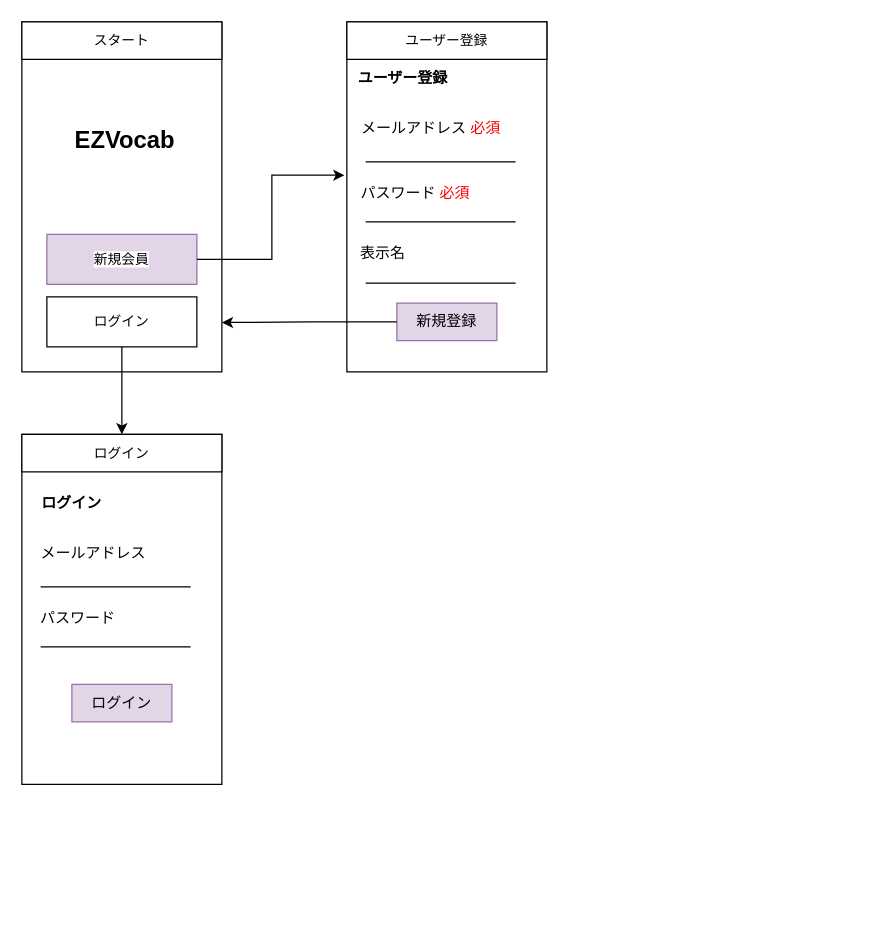
Earlier version of the draw.io diagram docs/design/page_transition.drawio (HamadaStudy/EZVocab). Source tidied: cells renumbered, new cells numbered last; positions are measured from the earlier drawing's top-left corner, leaving out a move shared by most shapes. Both pictures are drawn from the tidied source at 125%, with x=0, y=0 at pixel (21, 21). Pictures stored in the file or linked from it are replaced by grey dashed boxes.
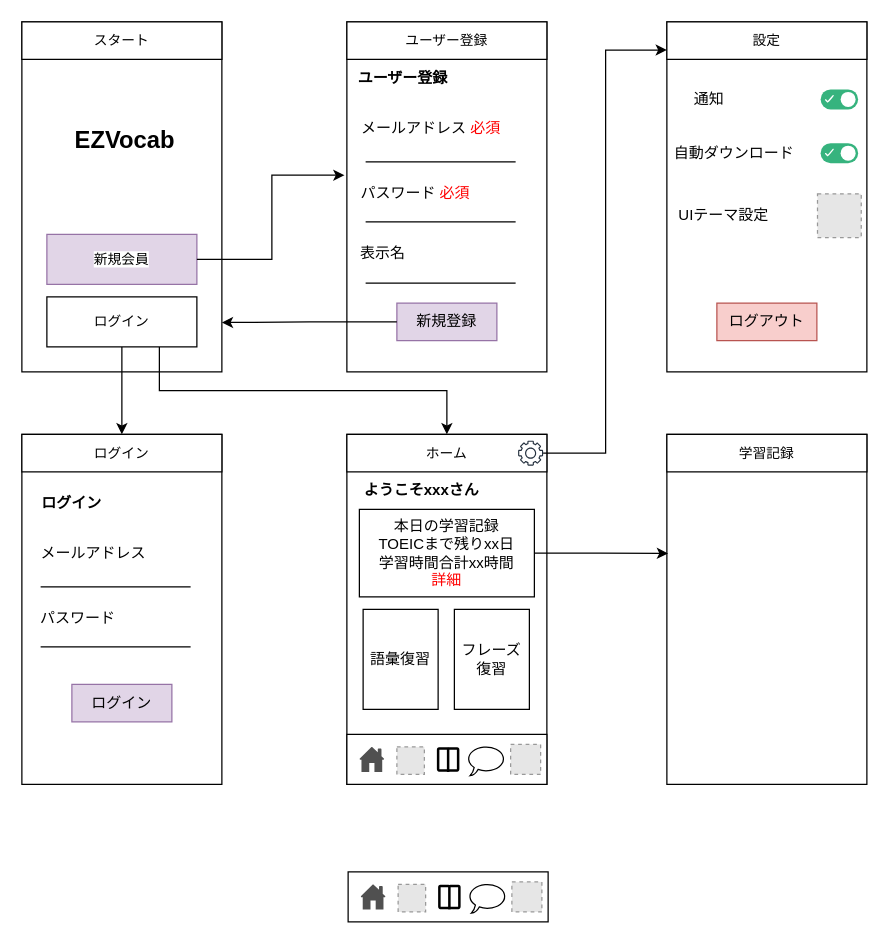
The same page after the edit.

Commit message:
page_transition.drawio を更新します

Unchanged cells that the change refers to:
```xml
<mxCell id="8" value="ログイン" style="rounded=0;whiteSpace=wrap;html=1;fontFamily=Helvetica;fontSize=11;fontColor=default;labelBackgroundColor=default;" parent="1" vertex="1">
  <mxGeometry x="20" y="220" width="120" height="40" as="geometry" />
</mxCell>
```

Diff of the diagram source:
```diff
@@
+    <mxCell id="28" style="edgeStyle=orthogonalEdgeStyle;rounded=0;jettySize=auto;html=1;exitX=0.75;exitY=1;exitDx=0;exitDy=0;entryX=0.5;entryY=0;entryDx=0;entryDy=0;" parent="1" edge="1" source="8" target="33">
+      <mxGeometry relative="1" as="geometry" />
+    </mxCell>
@@
+    <mxCell id="29" style="whiteSpace=wrap;html=1;rounded=0;" parent="1" vertex="1">
+      <mxGeometry x="516" width="160" height="280" as="geometry" />
+    </mxCell>
+    <mxCell id="30" value="設定" style="rounded=0;whiteSpace=wrap;html=1;fontFamily=Helvetica;fontSize=11;fontColor=default;labelBackgroundColor=default;" parent="1" vertex="1">
+      <mxGeometry x="516" width="160" height="30" as="geometry" />
+    </mxCell>
+    <mxCell id="31" value="ログアウト" style="whiteSpace=wrap;html=1;fillColor=#f8cecc;strokeColor=#b85450;" parent="1" vertex="1">
+      <mxGeometry x="556" y="225" width="80" height="30" as="geometry" />
+    </mxCell>
+    <mxCell id="32" style="whiteSpace=wrap;html=1;rounded=0;" parent="1" vertex="1">
+      <mxGeometry x="260" y="330" width="160" height="280" as="geometry" />
+    </mxCell>
+    <mxCell id="33" value="ホーム" style="rounded=0;whiteSpace=wrap;html=1;fontFamily=Helvetica;fontSize=11;fontColor=default;labelBackgroundColor=default;" parent="1" vertex="1">
+      <mxGeometry x="260" y="330" width="160" height="30" as="geometry" />
+    </mxCell>
+    <mxCell id="34" value="&lt;b&gt;ようこそxxxさん&lt;/b&gt;" style="text;strokeColor=none;align=center;fillColor=none;html=1;verticalAlign=middle;whiteSpace=wrap;rounded=0;" parent="1" vertex="1">
+      <mxGeometry x="260" y="360" width="120" height="30" as="geometry" />
+    </mxCell>
+    <mxCell id="35" style="sketch=0;outlineConnect=0;fontColor=#232F3E;gradientColor=none;fillColor=#232F3D;strokeColor=none;dashed=0;verticalLabelPosition=bottom;verticalAlign=top;align=center;html=1;fontSize=12;fontStyle=0;shape=mxgraph.aws4.gear;" parent="1" vertex="1">
+      <mxGeometry x="397" y="335" width="20" height="20" as="geometry" />
+    </mxCell>
+    <mxCell id="36" style="endArrow=classic;html=1;rounded=0;entryX=0;entryY=0.75;entryDx=0;entryDy=0;edgeStyle=elbowEdgeStyle;" parent="1" edge="1" source="35" target="30">
+      <mxGeometry relative="1" as="geometry" />
+    </mxCell>
+    <mxCell id="37" style="fillColor=#36B37E;strokeColor=none;rounded=1;arcSize=50;sketch=0;hachureGap=4;fontFamily=Architects Daughter;fontSize=20;" parent="1" vertex="1">
+      <mxGeometry x="639" y="97" width="30" height="16" as="geometry" />
+    </mxCell>
+    <mxCell id="38" style="shape=ellipse;strokeColor=none;fillColor=#ffffff;sketch=0;hachureGap=4;fontFamily=Architects Daughter;fontSize=20;" parent="37" vertex="1">
+      <mxGeometry x="1" y="0.5" width="12" height="12" relative="1" as="geometry">
+        <mxPoint x="-14" y="-6" as="offset" />
+      </mxGeometry>
+    </mxCell>
+    <mxCell id="39" style="html=1;shadow=0;dashed=0;shape=mxgraph.atlassian.check;strokeColor=#ffffff;sketch=1;hachureGap=4;fontFamily=Architects Daughter;fontSize=20;" parent="37" vertex="1">
+      <mxGeometry y="0.5" width="6" height="5" relative="1" as="geometry">
+        <mxPoint x="4" y="-3" as="offset" />
+      </mxGeometry>
+    </mxCell>
+    <mxCell id="40" value="自動ダウンロード" style="text;strokeColor=none;align=center;fillColor=none;html=1;verticalAlign=middle;whiteSpace=wrap;rounded=0;" parent="1" vertex="1">
+      <mxGeometry x="520" y="90" width="100" height="30" as="geometry" />
+    </mxCell>
+    <mxCell id="41" value="通知" style="text;strokeColor=none;align=center;fillColor=none;html=1;verticalAlign=middle;whiteSpace=wrap;rounded=0;" parent="1" vertex="1">
+      <mxGeometry x="520" y="47" width="60" height="30" as="geometry" />
+    </mxCell>
+    <mxCell id="42" style="fillColor=#36B37E;strokeColor=none;rounded=1;arcSize=50;sketch=0;hachureGap=4;fontFamily=Architects Daughter;fontSize=20;" parent="1" vertex="1">
+      <mxGeometry x="639" y="54" width="30" height="16" as="geometry" />
+    </mxCell>
+    <mxCell id="43" style="shape=ellipse;strokeColor=none;fillColor=#ffffff;sketch=0;hachureGap=4;fontFamily=Architects Daughter;fontSize=20;" parent="42" vertex="1">
+      <mxGeometry x="1" y="0.5" width="12" height="12" relative="1" as="geometry">
+        <mxPoint x="-14" y="-6" as="offset" />
+      </mxGeometry>
+    </mxCell>
+    <mxCell id="44" style="html=1;shadow=0;dashed=0;shape=mxgraph.atlassian.check;strokeColor=#ffffff;sketch=1;hachureGap=4;fontFamily=Architects Daughter;fontSize=20;" parent="42" vertex="1">
+      <mxGeometry y="0.5" width="6" height="5" relative="1" as="geometry">
+        <mxPoint x="4" y="-3" as="offset" />
+      </mxGeometry>
+    </mxCell>
+    <mxCell id="45" value="&amp;nbsp;UIテーマ設定" style="text;strokeColor=none;align=center;fillColor=none;html=1;verticalAlign=middle;whiteSpace=wrap;rounded=0;" parent="1" vertex="1">
+      <mxGeometry x="520" y="140" width="80" height="30" as="geometry" />
+    </mxCell>
+    <mxCell id="46" style="fillColor=#E6E6E6;strokeColor=#999999;dashed=1;html=1;verticalAlign=top;verticalLabelPosition=bottom;labelBackgroundColor=#ffffff;" parent="1" vertex="1">
+      <mxGeometry x="636.5" y="137.5" width="35" height="35" as="geometry" />
+    </mxCell>
+    <mxCell id="47" value="本日の学習記録&lt;br&gt;TOEICまで残りxx日&lt;br&gt;学習時間合計xx時間&lt;br&gt;&lt;font style=&quot;color: rgb(255, 0, 0);&quot;&gt;詳細&lt;/font&gt;" style="whiteSpace=wrap;html=1;" parent="1" vertex="1">
+      <mxGeometry x="270" y="390" width="140" height="70" as="geometry" />
+    </mxCell>
+    <mxCell id="48" value="語彙復習" style="whiteSpace=wrap;html=1;" parent="1" vertex="1">
+      <mxGeometry x="273" y="470" width="60" height="80" as="geometry" />
+    </mxCell>
+    <mxCell id="49" value="フレーズ復習" style="whiteSpace=wrap;html=1;" parent="1" vertex="1">
+      <mxGeometry x="346" y="470" width="60" height="80" as="geometry" />
+    </mxCell>
+    <mxCell id="50" style="whiteSpace=wrap;html=1;" parent="1" vertex="1">
+      <mxGeometry x="260" y="570" width="160" height="40" as="geometry" />
+    </mxCell>
+    <mxCell id="51" style="sketch=0;shadow=0;dashed=0;html=1;strokeColor=none;fillColor=#505050;labelPosition=center;verticalLabelPosition=bottom;verticalAlign=top;align=center;shape=mxgraph.office.concepts.home;" parent="1" vertex="1">
+      <mxGeometry x="270" y="580" width="20" height="20" as="geometry" />
+    </mxCell>
+    <mxCell id="52" style="fillColor=#E6E6E6;strokeColor=#999999;dashed=1;html=1;verticalAlign=top;verticalLabelPosition=bottom;labelBackgroundColor=#ffffff;" parent="1" vertex="1">
+      <mxGeometry x="300" y="580" width="22" height="22" as="geometry" />
+    </mxCell>
+    <mxCell id="53" style="html=1;verticalLabelPosition=bottom;align=center;labelBackgroundColor=#ffffff;verticalAlign=top;strokeWidth=2;strokeColor=#000000;shadow=0;dashed=0;shape=mxgraph.ios7.icons.book;" parent="1" vertex="1">
+      <mxGeometry x="333" y="581.2" width="16" height="18.8" as="geometry" />
+    </mxCell>
+    <mxCell id="54" style="whiteSpace=wrap;html=1;shape=mxgraph.basic.oval_callout;" parent="1" vertex="1">
+      <mxGeometry x="356" y="579" width="31" height="24" as="geometry" />
+    </mxCell>
+    <mxCell id="55" style="fillColor=#E6E6E6;strokeColor=#999999;dashed=1;html=1;verticalAlign=top;verticalLabelPosition=bottom;labelBackgroundColor=#ffffff;" parent="1" vertex="1">
+      <mxGeometry x="391" y="578" width="24" height="24" as="geometry" />
+    </mxCell>
+    <mxCell id="56" style="whiteSpace=wrap;html=1;" parent="1" vertex="1">
+      <mxGeometry x="261" y="680" width="160" height="40" as="geometry" />
+    </mxCell>
+    <mxCell id="57" style="sketch=0;shadow=0;dashed=0;html=1;strokeColor=none;fillColor=#505050;labelPosition=center;verticalLabelPosition=bottom;verticalAlign=top;align=center;shape=mxgraph.office.concepts.home;" parent="1" vertex="1">
+      <mxGeometry x="271" y="690" width="20" height="20" as="geometry" />
+    </mxCell>
+    <mxCell id="58" style="fillColor=#E6E6E6;strokeColor=#999999;dashed=1;html=1;verticalAlign=top;verticalLabelPosition=bottom;labelBackgroundColor=#ffffff;" parent="1" vertex="1">
+      <mxGeometry x="301" y="690" width="22" height="22" as="geometry" />
+    </mxCell>
+    <mxCell id="59" style="html=1;verticalLabelPosition=bottom;align=center;labelBackgroundColor=#ffffff;verticalAlign=top;strokeWidth=2;strokeColor=#000000;shadow=0;dashed=0;shape=mxgraph.ios7.icons.book;" parent="1" vertex="1">
+      <mxGeometry x="334" y="691.2" width="16" height="18.8" as="geometry" />
+    </mxCell>
+    <mxCell id="60" style="whiteSpace=wrap;html=1;shape=mxgraph.basic.oval_callout;" parent="1" vertex="1">
+      <mxGeometry x="357" y="689" width="31" height="24" as="geometry" />
+    </mxCell>
+    <mxCell id="61" style="fillColor=#E6E6E6;strokeColor=#999999;dashed=1;html=1;verticalAlign=top;verticalLabelPosition=bottom;labelBackgroundColor=#ffffff;" parent="1" vertex="1">
+      <mxGeometry x="392" y="688" width="24" height="24" as="geometry" />
+    </mxCell>
+    <mxCell id="62" style="whiteSpace=wrap;html=1;rounded=0;" parent="1" vertex="1">
+      <mxGeometry x="516" y="330" width="160" height="280" as="geometry" />
+    </mxCell>
+    <mxCell id="63" value="学習記録" style="rounded=0;whiteSpace=wrap;html=1;fontFamily=Helvetica;fontSize=11;fontColor=default;labelBackgroundColor=default;" parent="1" vertex="1">
+      <mxGeometry x="516" y="330" width="160" height="30" as="geometry" />
+    </mxCell>
+    <mxCell id="64" style="edgeStyle=orthogonalEdgeStyle;rounded=0;jettySize=auto;html=1;exitX=1;exitY=0.5;exitDx=0;exitDy=0;entryX=0.006;entryY=0.34;entryDx=0;entryDy=0;entryPerimeter=0;" parent="1" edge="1" source="47" target="62">
+      <mxGeometry relative="1" as="geometry" />
+    </mxCell>
```
